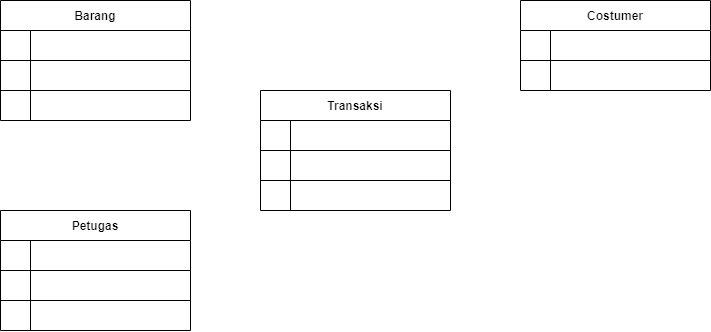
This is database.drawio.png from MountZ1/PR_PenjualanHandPhone_ArdiSaputraTIP-21.2, a draw.io export, as it was before one commit. Source tidied: cells renumbered, new cells last; positions are measured from the earlier drawing's top-left corner, leaving out a move shared by most shapes.
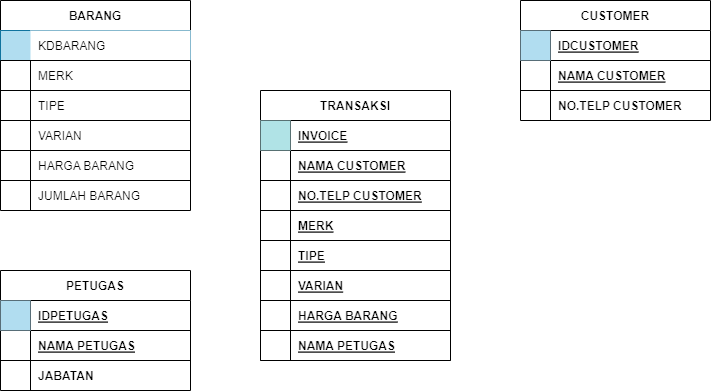
After the commit.

Diff of the diagram source:
```diff
@@ -2,16 +2,16 @@
   <root>
     <mxCell id="0" />
     <mxCell id="1" parent="0" />
-    <mxCell id="2" value="Petugas" style="shape=table;startSize=30;rowLines=0;align=center;fontStyle=1;" parent="1" vertex="1">
-      <mxGeometry y="210" width="190" height="120" as="geometry" />
+    <mxCell id="2" value="PETUGAS" style="shape=table;startSize=30;rowLines=0;align=center;fontStyle=1;" parent="1" vertex="1">
+      <mxGeometry y="270" width="190" height="120" as="geometry" />
     </mxCell>
     <mxCell id="3" style="shape=partialRectangle;fillColor=none;top=0;left=0;right=0;bottom=1;" parent="2" vertex="1">
       <mxGeometry y="30" width="190" height="30" as="geometry" />
     </mxCell>
-    <mxCell id="4" style="shape=partialRectangle;overflow=hidden;fillColor=none;top=0;left=0;bottom=0;right=0;fontStyle=1;" parent="3" vertex="1">
+    <mxCell id="4" style="shape=partialRectangle;overflow=hidden;fillColor=#b1ddf0;top=0;left=0;bottom=0;right=0;fontStyle=1;strokeColor=#10739e;" parent="3" vertex="1">
       <mxGeometry width="30" height="30" as="geometry" />
     </mxCell>
-    <mxCell id="5" style="shape=partialRectangle;overflow=hidden;fillColor=none;top=0;left=0;bottom=0;right=0;align=left;spacingLeft=6;fontStyle=5;" parent="3" vertex="1">
+    <mxCell id="5" value="IDPETUGAS" style="shape=partialRectangle;overflow=hidden;fillColor=none;top=0;left=0;bottom=0;right=0;align=left;spacingLeft=6;fontStyle=5;" parent="3" vertex="1">
       <mxGeometry x="30" width="160" height="30" as="geometry" />
     </mxCell>
     <mxCell id="6" style="shape=partialRectangle;fillColor=none;top=0;left=0;right=0;bottom=1;" parent="2" vertex="1">
@@ -20,7 +20,7 @@
     <mxCell id="7" style="shape=partialRectangle;overflow=hidden;fillColor=none;top=0;left=0;bottom=0;right=0;fontStyle=1;" parent="6" vertex="1">
       <mxGeometry width="30" height="30" as="geometry" />
     </mxCell>
-    <mxCell id="8" style="shape=partialRectangle;overflow=hidden;fillColor=none;top=0;left=0;bottom=0;right=0;align=left;spacingLeft=6;fontStyle=5;" parent="6" vertex="1">
+    <mxCell id="8" value="NAMA PETUGAS" style="shape=partialRectangle;overflow=hidden;fillColor=none;top=0;left=0;bottom=0;right=0;align=left;spacingLeft=6;fontStyle=5;" parent="6" vertex="1">
       <mxGeometry x="30" width="160" height="30" as="geometry" />
     </mxCell>
     <mxCell id="9" style="shape=partialRectangle;fillColor=none;top=0;left=0;right=0;bottom=0;" parent="2" vertex="1">
@@ -29,40 +29,49 @@
     <mxCell id="10" style="shape=partialRectangle;overflow=hidden;fillColor=none;top=0;left=0;bottom=0;right=0;" parent="9" vertex="1">
       <mxGeometry width="30" height="30" as="geometry" />
     </mxCell>
-    <mxCell id="11" style="shape=partialRectangle;overflow=hidden;fillColor=none;top=0;left=0;bottom=0;right=0;align=left;spacingLeft=6;" parent="9" vertex="1">
+    <mxCell id="11" value="JABATAN" style="shape=partialRectangle;overflow=hidden;fillColor=none;top=0;left=0;bottom=0;right=0;align=left;spacingLeft=6;fontStyle=1;" parent="9" vertex="1">
       <mxGeometry x="30" width="160" height="30" as="geometry" />
     </mxCell>
-    <mxCell id="12" value="Costumer" style="shape=table;startSize=30;rowLines=0;fontStyle=1;align=center;" parent="1" vertex="1">
-      <mxGeometry x="520" width="190" height="90" as="geometry" />
+    <mxCell id="12" value="CUSTOMER" style="shape=table;startSize=30;rowLines=0;fontStyle=1;align=center;" parent="1" vertex="1">
+      <mxGeometry x="520" width="190" height="120" as="geometry" />
     </mxCell>
+    <mxCell id="39" style="shape=partialRectangle;fillColor=none;top=0;left=0;right=0;bottom=1;" parent="12" vertex="1">
+      <mxGeometry y="30" width="190" height="30" as="geometry" />
+    </mxCell>
+    <mxCell id="40" style="shape=partialRectangle;overflow=hidden;fillColor=#b1ddf0;top=0;left=0;bottom=0;right=0;fontStyle=1;strokeColor=#10739e;" parent="39" vertex="1">
+      <mxGeometry width="30" height="30" as="geometry" />
+    </mxCell>
+    <mxCell id="41" value="IDCUSTOMER" style="shape=partialRectangle;overflow=hidden;fillColor=none;top=0;left=0;bottom=0;right=0;align=left;spacingLeft=6;fontStyle=5;" parent="39" vertex="1">
+      <mxGeometry x="30" width="160" height="30" as="geometry" />
+    </mxCell>
     <mxCell id="13" style="shape=partialRectangle;fillColor=none;top=0;left=0;right=0;bottom=1;" parent="12" vertex="1">
-      <mxGeometry y="30" width="190" height="30" as="geometry" />
+      <mxGeometry y="60" width="190" height="30" as="geometry" />
     </mxCell>
     <mxCell id="14" style="shape=partialRectangle;overflow=hidden;fillColor=none;top=0;left=0;bottom=0;right=0;fontStyle=1;" parent="13" vertex="1">
       <mxGeometry width="30" height="30" as="geometry" />
     </mxCell>
-    <mxCell id="15" style="shape=partialRectangle;overflow=hidden;fillColor=none;top=0;left=0;bottom=0;right=0;align=left;spacingLeft=6;fontStyle=5;" parent="13" vertex="1">
+    <mxCell id="15" value="NAMA CUSTOMER" style="shape=partialRectangle;overflow=hidden;fillColor=none;top=0;left=0;bottom=0;right=0;align=left;spacingLeft=6;fontStyle=5;" parent="13" vertex="1">
       <mxGeometry x="30" width="160" height="30" as="geometry" />
     </mxCell>
     <mxCell id="16" style="shape=partialRectangle;fillColor=none;top=0;left=0;right=0;bottom=0;" parent="12" vertex="1">
-      <mxGeometry y="60" width="190" height="30" as="geometry" />
+      <mxGeometry y="90" width="190" height="30" as="geometry" />
     </mxCell>
     <mxCell id="17" style="shape=partialRectangle;overflow=hidden;fillColor=none;top=0;left=0;bottom=0;right=0;" parent="16" vertex="1">
       <mxGeometry width="30" height="30" as="geometry" />
     </mxCell>
-    <mxCell id="18" style="shape=partialRectangle;overflow=hidden;fillColor=none;top=0;left=0;bottom=0;right=0;align=left;spacingLeft=6;" parent="16" vertex="1">
+    <mxCell id="18" value="NO.TELP CUSTOMER" style="shape=partialRectangle;overflow=hidden;fillColor=none;top=0;left=0;bottom=0;right=0;align=left;spacingLeft=6;fontStyle=1;" parent="16" vertex="1">
       <mxGeometry x="30" width="160" height="30" as="geometry" />
     </mxCell>
-    <mxCell id="19" value="Barang" style="shape=table;startSize=30;rowLines=1;fontStyle=1;align=center;" parent="1" vertex="1">
-      <mxGeometry width="190" height="120" as="geometry" />
+    <mxCell id="19" value="BARANG" style="shape=table;startSize=30;rowLines=1;fontStyle=1;align=center;" parent="1" vertex="1">
+      <mxGeometry width="190" height="210" as="geometry" />
     </mxCell>
-    <mxCell id="20" style="shape=partialRectangle;fillColor=none;top=1;left=1;right=1;bottom=1;" parent="19" vertex="1">
+    <mxCell id="20" style="shape=partialRectangle;fillColor=#b1ddf0;top=1;left=1;right=1;bottom=1;strokeColor=#10739e;" parent="19" vertex="1">
       <mxGeometry y="30" width="190" height="30" as="geometry" />
     </mxCell>
     <mxCell id="21" style="shape=partialRectangle;overflow=hidden;fillColor=none;top=0;left=0;bottom=0;right=0;" parent="20" vertex="1">
       <mxGeometry width="30" height="30" as="geometry" />
     </mxCell>
-    <mxCell id="22" style="shape=partialRectangle;overflow=hidden;fillColor=none;top=0;left=0;bottom=0;right=0;align=left;spacingLeft=6;" parent="20" vertex="1">
+    <mxCell id="22" value="KDBARANG" style="shape=partialRectangle;overflow=hidden;top=0;left=0;bottom=0;right=0;align=left;spacingLeft=6;" parent="20" vertex="1">
       <mxGeometry x="30" width="160" height="30" as="geometry" />
     </mxCell>
     <mxCell id="23" style="shape=partialRectangle;fillColor=none;top=1;left=1;right=1;bottom=1;" parent="19" vertex="1">
@@ -71,47 +80,119 @@
     <mxCell id="24" style="shape=partialRectangle;overflow=hidden;fillColor=none;top=0;left=0;bottom=0;right=0;" parent="23" vertex="1">
       <mxGeometry width="30" height="30" as="geometry" />
     </mxCell>
-    <mxCell id="25" style="shape=partialRectangle;overflow=hidden;fillColor=none;top=0;left=0;bottom=0;right=0;align=left;spacingLeft=6;" parent="23" vertex="1">
+    <mxCell id="25" value="MERK" style="shape=partialRectangle;overflow=hidden;fillColor=none;top=0;left=0;bottom=0;right=0;align=left;spacingLeft=6;" parent="23" vertex="1">
       <mxGeometry x="30" width="160" height="30" as="geometry" />
     </mxCell>
+    <mxCell id="36" style="shape=partialRectangle;fillColor=none;top=0;left=0;right=0;bottom=0;" parent="19" vertex="1">
+      <mxGeometry y="90" width="190" height="30" as="geometry" />
+    </mxCell>
+    <mxCell id="42" style="shape=partialRectangle;overflow=hidden;fillColor=none;top=0;left=0;bottom=0;right=0;" parent="36" vertex="1">
+      <mxGeometry width="30" height="30" as="geometry" />
+    </mxCell>
+    <mxCell id="43" value="TIPE" style="shape=partialRectangle;overflow=hidden;fillColor=none;top=0;left=0;bottom=0;right=0;align=left;spacingLeft=6;" parent="36" vertex="1">
+      <mxGeometry x="30" width="160" height="30" as="geometry" />
+    </mxCell>
+    <mxCell id="44" style="shape=partialRectangle;fillColor=none;top=0;left=0;right=0;bottom=0;" parent="19" vertex="1">
+      <mxGeometry y="120" width="190" height="30" as="geometry" />
+    </mxCell>
+    <mxCell id="45" style="shape=partialRectangle;overflow=hidden;fillColor=none;top=0;left=0;bottom=0;right=0;" parent="44" vertex="1">
+      <mxGeometry width="30" height="30" as="geometry" />
+    </mxCell>
+    <mxCell id="46" value="VARIAN" style="shape=partialRectangle;overflow=hidden;fillColor=none;top=0;left=0;bottom=0;right=0;align=left;spacingLeft=6;" parent="44" vertex="1">
+      <mxGeometry x="30" width="160" height="30" as="geometry" />
+    </mxCell>
+    <mxCell id="47" style="shape=partialRectangle;fillColor=none;top=0;left=0;right=0;bottom=0;" parent="19" vertex="1">
+      <mxGeometry y="150" width="190" height="30" as="geometry" />
+    </mxCell>
+    <mxCell id="48" style="shape=partialRectangle;overflow=hidden;fillColor=none;top=0;left=0;bottom=0;right=0;" parent="47" vertex="1">
+      <mxGeometry width="30" height="30" as="geometry" />
+    </mxCell>
+    <mxCell id="49" value="HARGA BARANG" style="shape=partialRectangle;overflow=hidden;fillColor=none;top=0;left=0;bottom=0;right=0;align=left;spacingLeft=6;" parent="47" vertex="1">
+      <mxGeometry x="30" width="160" height="30" as="geometry" />
+    </mxCell>
     <mxCell id="26" style="shape=partialRectangle;fillColor=none;top=0;left=0;right=0;bottom=0;" parent="19" vertex="1">
-      <mxGeometry y="90" width="190" height="30" as="geometry" />
+      <mxGeometry y="180" width="190" height="30" as="geometry" />
     </mxCell>
     <mxCell id="27" style="shape=partialRectangle;overflow=hidden;fillColor=none;top=0;left=0;bottom=0;right=0;" parent="26" vertex="1">
       <mxGeometry width="30" height="30" as="geometry" />
     </mxCell>
-    <mxCell id="28" style="shape=partialRectangle;overflow=hidden;fillColor=none;top=0;left=0;bottom=0;right=0;align=left;spacingLeft=6;" parent="26" vertex="1">
+    <mxCell id="28" value="JUMLAH BARANG" style="shape=partialRectangle;overflow=hidden;fillColor=none;top=0;left=0;bottom=0;right=0;align=left;spacingLeft=6;" parent="26" vertex="1">
       <mxGeometry x="30" width="160" height="30" as="geometry" />
     </mxCell>
-    <mxCell id="29" value="Transaksi" style="shape=table;startSize=30;rowLines=0;fontStyle=1;align=center;" parent="1" vertex="1">
-      <mxGeometry x="260" y="90" width="190" height="120" as="geometry" />
+    <mxCell id="29" value="TRANSAKSI" style="shape=table;startSize=30;rowLines=0;fontStyle=1;align=center;" parent="1" vertex="1">
+      <mxGeometry x="260" y="90" width="190" height="270" as="geometry" />
     </mxCell>
     <mxCell id="30" style="shape=partialRectangle;fillColor=none;top=0;left=0;right=0;bottom=1;" parent="29" vertex="1">
       <mxGeometry y="30" width="190" height="30" as="geometry" />
     </mxCell>
-    <mxCell id="31" style="shape=partialRectangle;overflow=hidden;fillColor=none;top=0;left=0;bottom=0;right=0;fontStyle=1;" parent="30" vertex="1">
+    <mxCell id="31" style="shape=partialRectangle;overflow=hidden;fillColor=#b0e3e6;top=0;left=0;bottom=0;right=0;fontStyle=1;strokeColor=#0e8088;" parent="30" vertex="1">
       <mxGeometry width="30" height="30" as="geometry" />
     </mxCell>
-    <mxCell id="32" style="shape=partialRectangle;overflow=hidden;fillColor=none;top=0;left=0;bottom=0;right=0;align=left;spacingLeft=6;fontStyle=5;" parent="30" vertex="1">
+    <mxCell id="32" value="INVOICE" style="shape=partialRectangle;overflow=hidden;fillColor=none;top=0;left=0;bottom=0;right=0;align=left;spacingLeft=6;fontStyle=5;" parent="30" vertex="1">
       <mxGeometry x="30" width="160" height="30" as="geometry" />
     </mxCell>
+    <mxCell id="50" style="shape=partialRectangle;fillColor=none;top=0;left=0;right=0;bottom=1;" parent="29" vertex="1">
+      <mxGeometry y="60" width="190" height="30" as="geometry" />
+    </mxCell>
+    <mxCell id="51" style="shape=partialRectangle;overflow=hidden;fillColor=none;top=0;left=0;bottom=0;right=0;fontStyle=1;" parent="50" vertex="1">
+      <mxGeometry width="30" height="30" as="geometry" />
+    </mxCell>
+    <mxCell id="52" value="NAMA CUSTOMER" style="shape=partialRectangle;overflow=hidden;fillColor=none;top=0;left=0;bottom=0;right=0;align=left;spacingLeft=6;fontStyle=5;" parent="50" vertex="1">
+      <mxGeometry x="30" width="160" height="30" as="geometry" />
+    </mxCell>
+    <mxCell id="53" style="shape=partialRectangle;fillColor=none;top=0;left=0;right=0;bottom=1;" parent="29" vertex="1">
+      <mxGeometry y="90" width="190" height="30" as="geometry" />
+    </mxCell>
+    <mxCell id="54" style="shape=partialRectangle;overflow=hidden;fillColor=none;top=0;left=0;bottom=0;right=0;fontStyle=1;" parent="53" vertex="1">
+      <mxGeometry width="30" height="30" as="geometry" />
+    </mxCell>
+    <mxCell id="55" value="NO.TELP CUSTOMER" style="shape=partialRectangle;overflow=hidden;fillColor=none;top=0;left=0;bottom=0;right=0;align=left;spacingLeft=6;fontStyle=5;" parent="53" vertex="1">
+      <mxGeometry x="30" width="160" height="30" as="geometry" />
+    </mxCell>
+    <mxCell id="56" style="shape=partialRectangle;fillColor=none;top=0;left=0;right=0;bottom=1;" parent="29" vertex="1">
+      <mxGeometry y="120" width="190" height="30" as="geometry" />
+    </mxCell>
+    <mxCell id="57" style="shape=partialRectangle;overflow=hidden;fillColor=none;top=0;left=0;bottom=0;right=0;fontStyle=1;" parent="56" vertex="1">
+      <mxGeometry width="30" height="30" as="geometry" />
+    </mxCell>
+    <mxCell id="58" value="MERK" style="shape=partialRectangle;overflow=hidden;fillColor=none;top=0;left=0;bottom=0;right=0;align=left;spacingLeft=6;fontStyle=5;" parent="56" vertex="1">
+      <mxGeometry x="30" width="160" height="30" as="geometry" />
+    </mxCell>
+    <mxCell id="59" style="shape=partialRectangle;fillColor=none;top=0;left=0;right=0;bottom=1;" parent="29" vertex="1">
+      <mxGeometry y="150" width="190" height="30" as="geometry" />
+    </mxCell>
+    <mxCell id="60" style="shape=partialRectangle;overflow=hidden;fillColor=none;top=0;left=0;bottom=0;right=0;fontStyle=1;" parent="59" vertex="1">
+      <mxGeometry width="30" height="30" as="geometry" />
+    </mxCell>
+    <mxCell id="61" value="TIPE" style="shape=partialRectangle;overflow=hidden;fillColor=none;top=0;left=0;bottom=0;right=0;align=left;spacingLeft=6;fontStyle=5;" parent="59" vertex="1">
+      <mxGeometry x="30" width="160" height="30" as="geometry" />
+    </mxCell>
+    <mxCell id="62" style="shape=partialRectangle;fillColor=none;top=0;left=0;right=0;bottom=1;" parent="29" vertex="1">
+      <mxGeometry y="180" width="190" height="30" as="geometry" />
+    </mxCell>
+    <mxCell id="63" style="shape=partialRectangle;overflow=hidden;fillColor=none;top=0;left=0;bottom=0;right=0;fontStyle=1;" parent="62" vertex="1">
+      <mxGeometry width="30" height="30" as="geometry" />
+    </mxCell>
+    <mxCell id="64" value="VARIAN" style="shape=partialRectangle;overflow=hidden;fillColor=none;top=0;left=0;bottom=0;right=0;align=left;spacingLeft=6;fontStyle=5;" parent="62" vertex="1">
+      <mxGeometry x="30" width="160" height="30" as="geometry" />
+    </mxCell>
+    <mxCell id="65" style="shape=partialRectangle;fillColor=none;top=0;left=0;right=0;bottom=1;" parent="29" vertex="1">
+      <mxGeometry y="210" width="190" height="30" as="geometry" />
+    </mxCell>
+    <mxCell id="66" style="shape=partialRectangle;overflow=hidden;fillColor=none;top=0;left=0;bottom=0;right=0;fontStyle=1;" parent="65" vertex="1">
+      <mxGeometry width="30" height="30" as="geometry" />
+    </mxCell>
+    <mxCell id="67" value="HARGA BARANG" style="shape=partialRectangle;overflow=hidden;fillColor=none;top=0;left=0;bottom=0;right=0;align=left;spacingLeft=6;fontStyle=5;" parent="65" vertex="1">
+      <mxGeometry x="30" width="160" height="30" as="geometry" />
+    </mxCell>
     <mxCell id="33" style="shape=partialRectangle;fillColor=none;top=0;left=0;right=0;bottom=1;" parent="29" vertex="1">
-      <mxGeometry y="60" width="190" height="30" as="geometry" />
+      <mxGeometry y="240" width="190" height="30" as="geometry" />
     </mxCell>
     <mxCell id="34" style="shape=partialRectangle;overflow=hidden;fillColor=none;top=0;left=0;bottom=0;right=0;fontStyle=1;" parent="33" vertex="1">
       <mxGeometry width="30" height="30" as="geometry" />
     </mxCell>
-    <mxCell id="35" style="shape=partialRectangle;overflow=hidden;fillColor=none;top=0;left=0;bottom=0;right=0;align=left;spacingLeft=6;fontStyle=5;" parent="33" vertex="1">
+    <mxCell id="35" value="NAMA PETUGAS" style="shape=partialRectangle;overflow=hidden;fillColor=none;top=0;left=0;bottom=0;right=0;align=left;spacingLeft=6;fontStyle=5;" parent="33" vertex="1">
       <mxGeometry x="30" width="160" height="30" as="geometry" />
     </mxCell>
-    <mxCell id="36" style="shape=partialRectangle;fillColor=none;top=0;left=0;right=0;bottom=0;" parent="29" vertex="1">
-      <mxGeometry y="90" width="190" height="30" as="geometry" />
-    </mxCell>
-    <mxCell id="37" style="shape=partialRectangle;overflow=hidden;fillColor=none;top=0;left=0;bottom=0;right=0;" parent="36" vertex="1">
-      <mxGeometry width="30" height="30" as="geometry" />
-    </mxCell>
-    <mxCell id="38" style="shape=partialRectangle;overflow=hidden;fillColor=none;top=0;left=0;bottom=0;right=0;align=left;spacingLeft=6;" parent="36" vertex="1">
-      <mxGeometry x="30" width="160" height="30" as="geometry" />
-    </mxCell>
   </root>
 </mxGraphModel>
```
